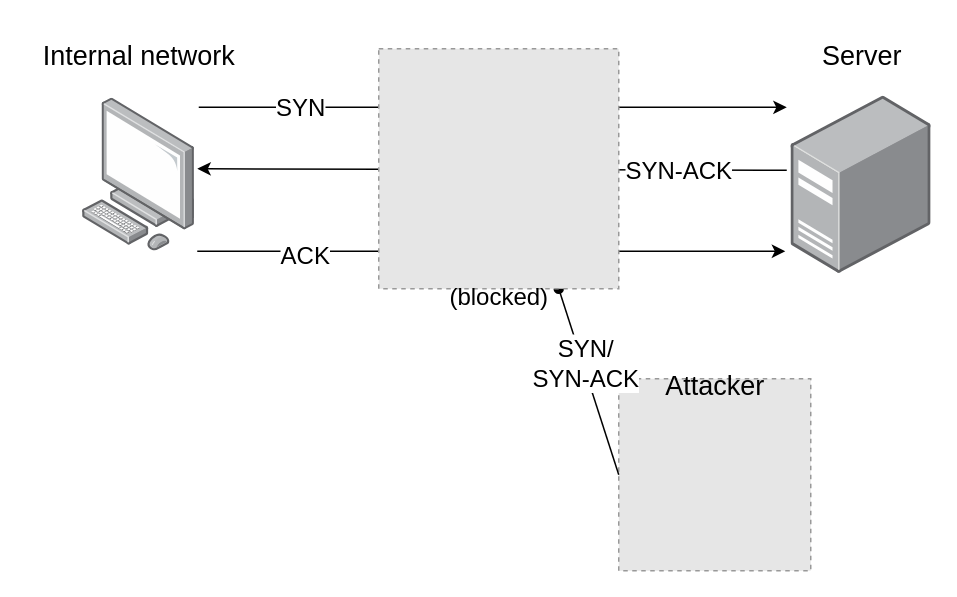
McQueen24/P4 keeps this draw.io diagram as figures/firewall_illustration.drawio. Above is the earlier version. Source tidied: cells renumbered, new cells numbered last; positions are measured from the earlier drawing's top-left corner, leaving out a move shared by most shapes. Both pictures are drawn from the tidied source at 150%, with x=0, y=0 at pixel (26, 26). Pictures stored in the file or linked from it are replaced by grey dashed boxes.
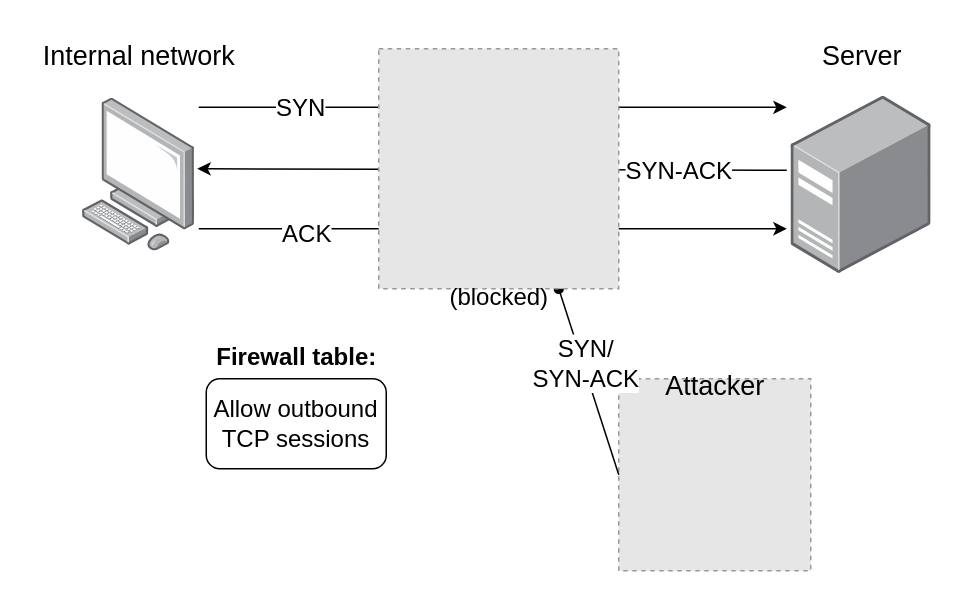
Above is the later version.

Change to the diagram source:
```diff
@@
     <mxCell id="10" style="edgeStyle=none;orthogonalLoop=1;jettySize=auto;html=1;rounded=0;exitX=1.032;exitY=0.057;exitDx=0;exitDy=0;exitPerimeter=0;entryX=-0.032;entryY=0.063;entryDx=0;entryDy=0;entryPerimeter=0;" parent="1" edge="1">
       <mxGeometry relative="1" as="geometry">
-        <mxPoint x="114" y="150" as="sourcePoint" />
-        <mxPoint x="506" y="150" as="targetPoint" />
+        <mxPoint x="115" y="135" as="sourcePoint" />
+        <mxPoint x="507" y="135" as="targetPoint" />
       </mxGeometry>
     </mxCell>
@@
+    <mxCell id="18" value="&lt;font style=&quot;font-size: 16px;&quot;&gt;Allow outbound TCP sessions&lt;/font&gt;" style="rounded=1;whiteSpace=wrap;html=1;" parent="1" vertex="1">
+      <mxGeometry x="120" y="235" width="120" height="60" as="geometry" />
+    </mxCell>
+    <mxCell id="19" value="&lt;font style=&quot;font-size: 16px;&quot;&gt;&lt;b&gt;Firewall table:&lt;/b&gt;&lt;/font&gt;" style="text;html=1;align=center;verticalAlign=middle;strokeColor=none;fillColor=none;" parent="1" vertex="1">
+      <mxGeometry x="115" y="205" width="130" height="30" as="geometry" />
+    </mxCell>
```
